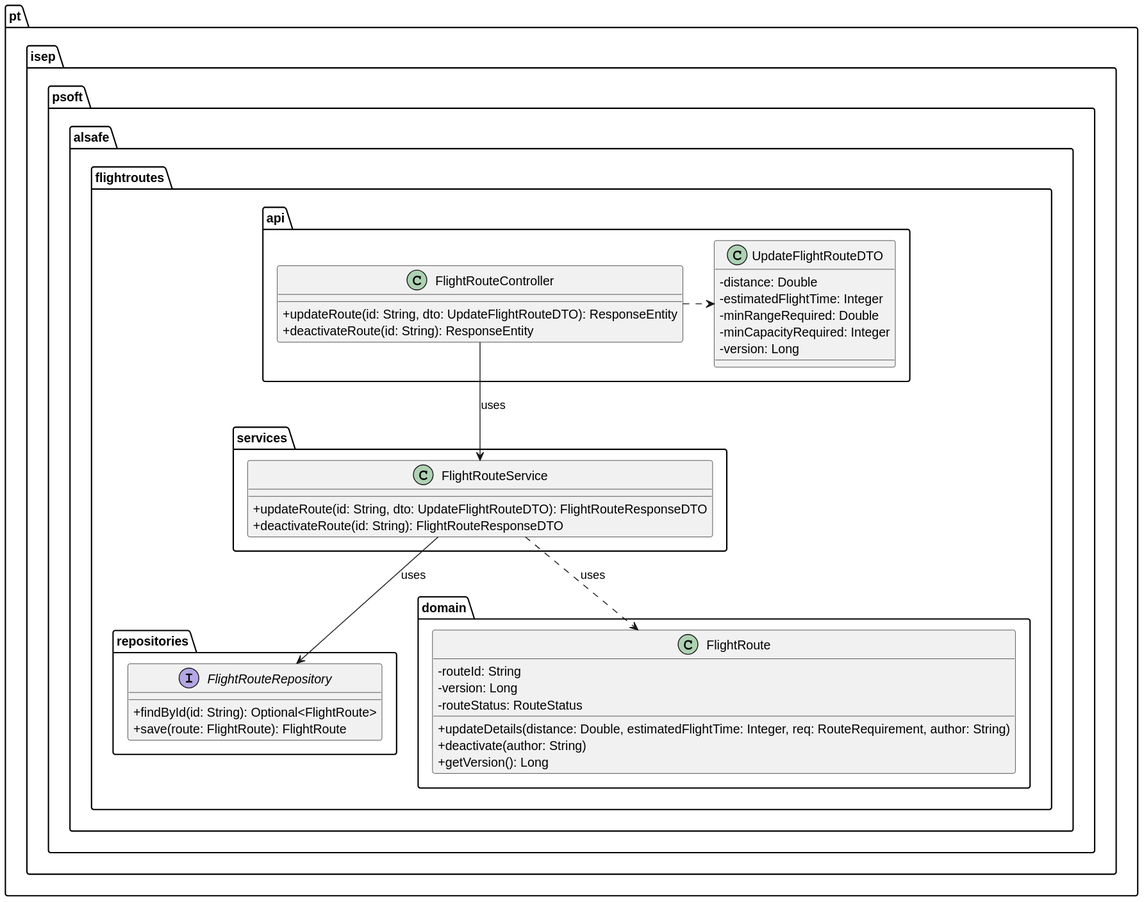
Before: docs/use-cases/WP#3A/US112/svg/US112-CD.svg, a diagram exported from PlantUML (Andre-1240567/psoft2026_2DB_1240567_1241013_1240624).
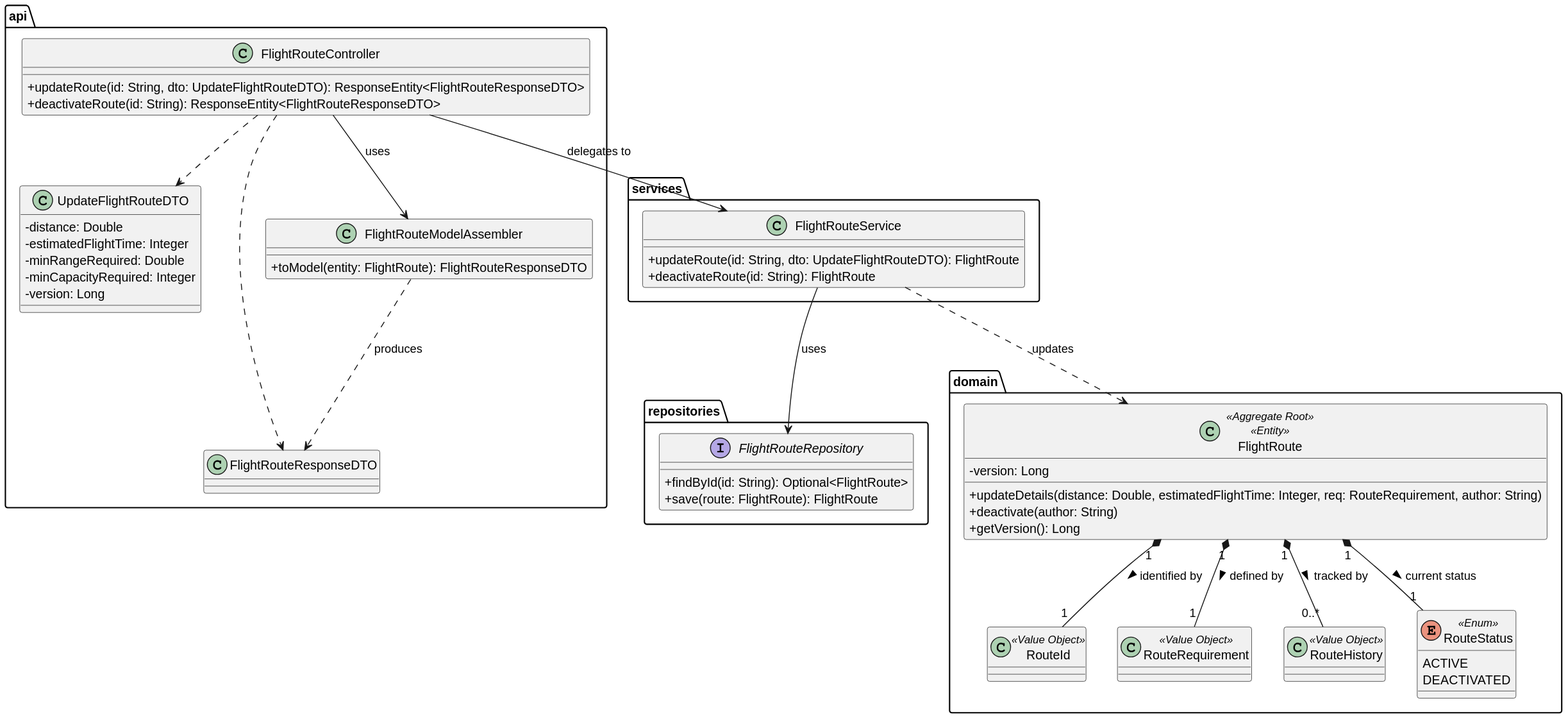
After the commit.

The edit, as a diff of the source:
```diff
@@ -1,10 +1,10 @@
 @startuml
 skinparam classAttributeIconSize 0
 
-package "pt.isep.psoft.alsafe.flightroutes.api" {
+package "api" {
     class FlightRouteController {
-        + updateRoute(id: String, dto: UpdateFlightRouteDTO): ResponseEntity
-        + deactivateRoute(id: String): ResponseEntity
+        + updateRoute(id: String, dto: UpdateFlightRouteDTO): ResponseEntity<FlightRouteResponseDTO>
+        + deactivateRoute(id: String): ResponseEntity<FlightRouteResponseDTO>
     }
     class UpdateFlightRouteDTO {
         - distance: Double
@@ -13,35 +13,51 @@
         - minCapacityRequired: Integer
         - version: Long
     }
-}
-
-package "pt.isep.psoft.alsafe.flightroutes.services" {
-    class FlightRouteService {
-        + updateRoute(id: String, dto: UpdateFlightRouteDTO): FlightRouteResponseDTO
-        + deactivateRoute(id: String): FlightRouteResponseDTO
+    class FlightRouteResponseDTO
+    class FlightRouteModelAssembler {
+        + toModel(entity: FlightRoute): FlightRouteResponseDTO
     }
 }
 
-package "pt.isep.psoft.alsafe.flightroutes.repositories" {
+package "services" {
+    class FlightRouteService {
+        + updateRoute(id: String, dto: UpdateFlightRouteDTO): FlightRoute
+        + deactivateRoute(id: String): FlightRoute
+    }
+}
+
+package "repositories" {
     interface FlightRouteRepository {
         + findById(id: String): Optional<FlightRoute>
         + save(route: FlightRoute): FlightRoute
     }
 }
 
-package "pt.isep.psoft.alsafe.flightroutes.domain" {
-    class FlightRoute {
-        - routeId: String
+package "domain" {
+    class FlightRoute <<Aggregate Root>> <<Entity>> {
         - version: Long
-        - routeStatus: RouteStatus
         + updateDetails(distance: Double, estimatedFlightTime: Integer, req: RouteRequirement, author: String)
         + deactivate(author: String)
         + getVersion(): Long
     }
+    class RouteId <<Value Object>>
+    class RouteRequirement <<Value Object>>
+    class RouteHistory <<Value Object>>
+    enum RouteStatus <<Enum>> {
+        ACTIVE
+        DEACTIVATED
+    }
 }
 
-FlightRouteController .right.> UpdateFlightRouteDTO
-FlightRouteController --> FlightRouteService : uses
+FlightRouteController ..> UpdateFlightRouteDTO
+FlightRouteController ..> FlightRouteResponseDTO
+FlightRouteController --> FlightRouteService : delegates to
+FlightRouteController --> FlightRouteModelAssembler : uses
+FlightRouteModelAssembler ..> FlightRouteResponseDTO : produces
 FlightRouteService --> FlightRouteRepository : uses
-FlightRouteService ..> FlightRoute : uses
+FlightRouteService ..> FlightRoute : updates
+FlightRoute "1" *-- "1" RouteId : identified by >
+FlightRoute "1" *-- "1" RouteRequirement : defined by >
+FlightRoute "1" *-- "0..*" RouteHistory : tracked by >
+FlightRoute "1" *-- "1" RouteStatus : current status >
 @enduml
```
